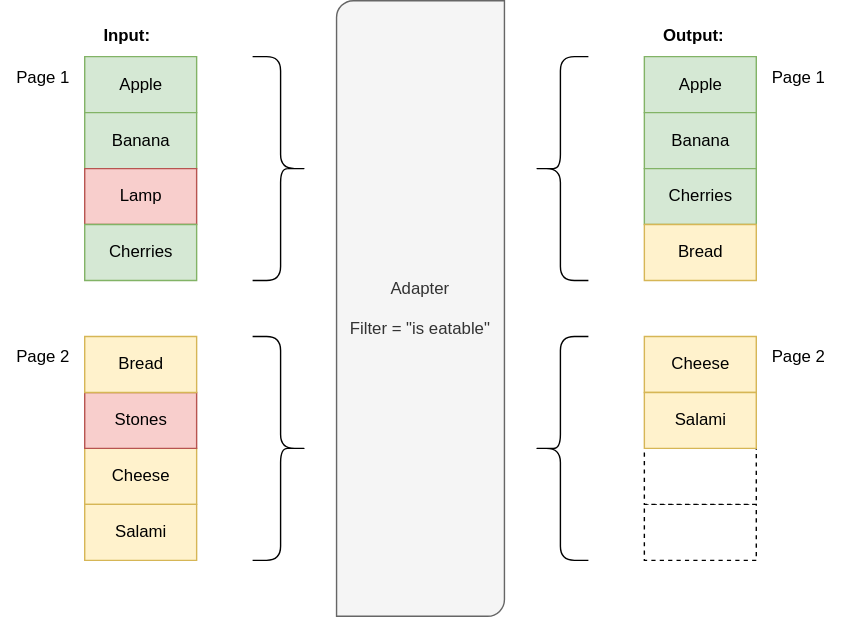
Above: images/PagingWithFilter.svg in cwahlmann/searchadapter (draw.io), before the change. Source tidied: cells renumbered, new cells last; positions are measured from the earlier drawing's top-left corner, leaving out a move shared by most shapes.
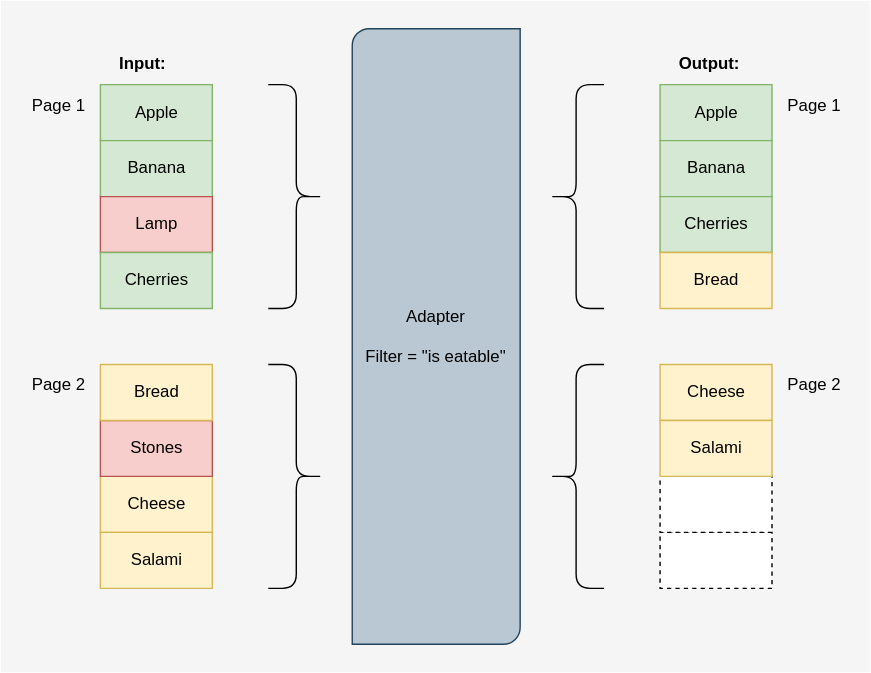
The same file after the commit.

Change to the diagram source:
```diff
@@ -2,6 +2,9 @@
   <root>
     <mxCell id="0" />
     <mxCell id="1" parent="0" />
+    <mxCell id="29" style="rounded=0;whiteSpace=wrap;html=1;fillColor=#f5f5f5;strokeColor=none;fontColor=#333333;" parent="1" vertex="1">
+      <mxGeometry x="-11" y="-20" width="621" height="480" as="geometry" />
+    </mxCell>
     <mxCell id="2" value="Apple" style="verticalLabelPosition=middle;verticalAlign=middle;html=1;shape=mxgraph.basic.rect;fillColor2=none;strokeWidth=1;size=20;indent=5;labelPosition=center;align=center;fillColor=#d5e8d4;strokeColor=#82b366;" parent="1" vertex="1">
       <mxGeometry x="60" y="40" width="80" height="40" as="geometry" />
     </mxCell>
@@ -47,7 +50,7 @@
     <mxCell id="16" value="Page 1" style="text;html=1;align=center;verticalAlign=middle;strokeColor=none;fillColor=none;" parent="1" vertex="1">
       <mxGeometry x="540" y="40" width="60" height="30" as="geometry" />
     </mxCell>
-    <mxCell id="17" value="Adapter&lt;br&gt;&lt;br&gt;Filter = &quot;is eatable&quot;" style="verticalLabelPosition=middle;verticalAlign=middle;html=1;shape=mxgraph.basic.diag_round_rect;dx=6;whiteSpace=wrap;labelPosition=center;align=center;fillColor=#f5f5f5;fontColor=#333333;strokeColor=#666666;" parent="1" vertex="1">
+    <mxCell id="17" value="Adapter&lt;br&gt;&lt;br&gt;Filter = &quot;is eatable&quot;" style="verticalLabelPosition=middle;verticalAlign=middle;html=1;shape=mxgraph.basic.diag_round_rect;dx=6;whiteSpace=wrap;labelPosition=center;align=center;fillColor=#bac8d3;strokeColor=#23445d;" parent="1" vertex="1">
       <mxGeometry x="240" width="120" height="440" as="geometry" />
     </mxCell>
     <mxCell id="18" style="shape=curlyBracket;whiteSpace=wrap;html=1;rounded=1;flipH=1;labelPosition=right;verticalLabelPosition=middle;align=left;verticalAlign=middle;" parent="1" vertex="1">
```
